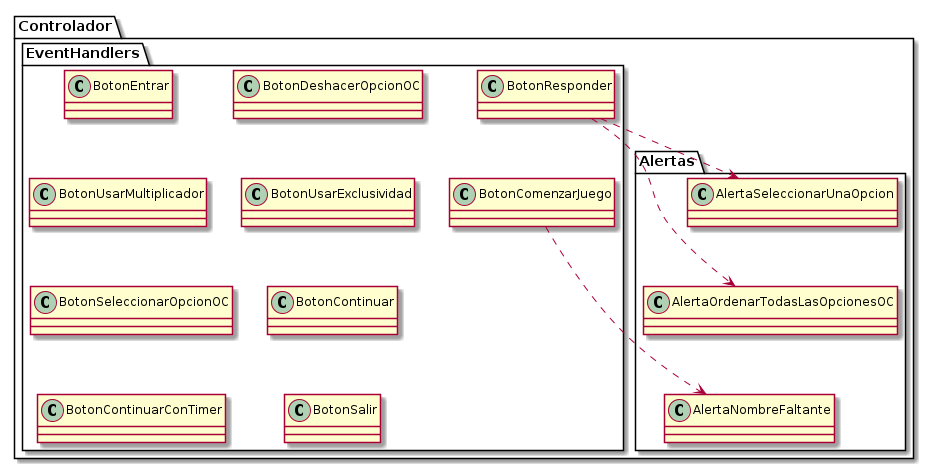
Earlier version of the PlantUML export Documentacion/Entrega/UML/Diagrama de Clases Controladores.png (gcc-cdimatteo/Algoritmos-y-Programacion-III-75.07).
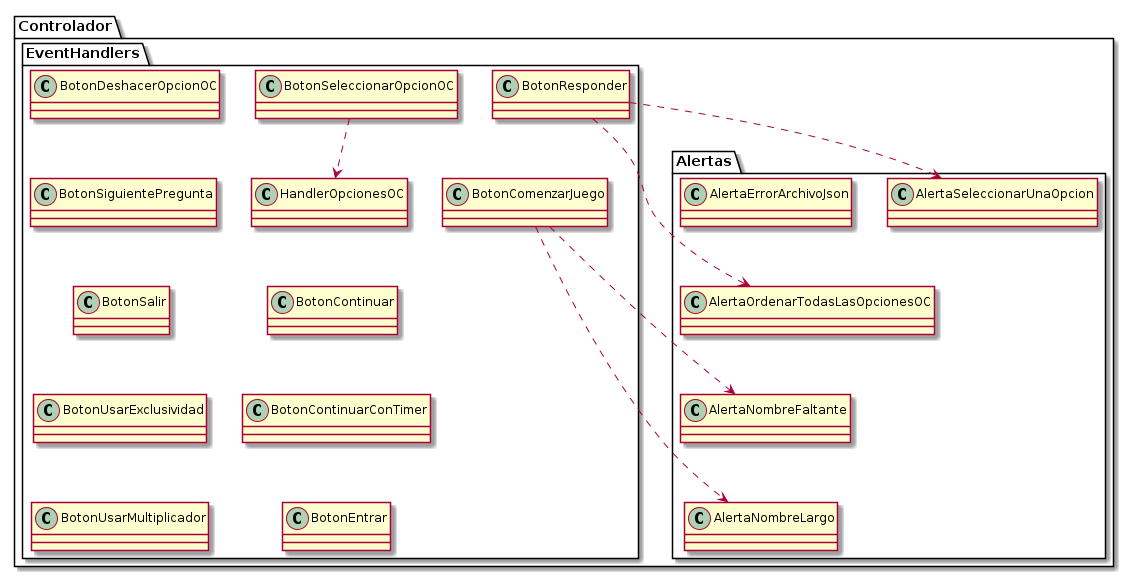
The same file after the commit.

The edit, as a diff of the source:
```diff
@@ -4,7 +4,9 @@
 package Controlador {
 
     package Alertas {
+        class AlertaErrorArchivoJson
         class AlertaNombreFaltante
+        class AlertaNombreLargo
         class AlertaOrdenarTodasLasOpcionesOC
         class AlertaSeleccionarUnaOpcion
     }
@@ -18,30 +20,35 @@
         class BotonResponder
         class BotonSalir
         class BotonSeleccionarOpcionOC
+        class BotonSiguientePregunta
         class BotonUsarExclusividad
         class BotonUsarMultiplicador
-    }
+        class HandlerOpcionesOC
 
 }
 
+AlertaNombreLargo -up[hidden]-> AlertaNombreFaltante
 AlertaNombreFaltante -up[hidden]-> AlertaOrdenarTodasLasOpcionesOC
 AlertaOrdenarTodasLasOpcionesOC -up[hidden]-> AlertaSeleccionarUnaOpcion
-BotonContinuar -[hidden]-> BotonSalir
-BotonDeshacerOpcionOC -[hidden]-> BotonUsarExclusividad
-BotonEntrar -[hidden]-> BotonUsarMultiplicador
-BotonUsarMultiplicador -[hidden]-> BotonSeleccionarOpcionOC
-BotonUsarExclusividad -[hidden]-> BotonContinuar
 BotonResponder -[hidden]-> BotonComenzarJuego
-
-BotonSeleccionarOpcionOC -[hidden]-> BotonContinuarConTimer
+HandlerOpcionesOC -[hidden]-> BotonContinuar
+BotonContinuar -[hidden]-> BotonContinuarConTimer
+BotonContinuarConTimer -[hidden]-> BotonEntrar
+BotonSeleccionarOpcionOC -left[hidden]-> BotonDeshacerOpcionOC
+BotonDeshacerOpcionOC -[hidden]-> BotonSiguientePregunta
+BotonSiguientePregunta -[hidden]-> BotonSalir
+BotonSalir -[hidden]-> BotonUsarExclusividad
+BotonUsarExclusividad -[hidden]-> BotonUsarMultiplicador
 
 
 
 
 
-BotonComenzarJuego .right.> AlertaNombreFaltante
-BotonResponder .down.> AlertaSeleccionarUnaOpcion
+BotonComenzarJuego ..> AlertaNombreFaltante
+BotonComenzarJuego ..> AlertaNombreLargo
+BotonResponder ..> AlertaSeleccionarUnaOpcion
 BotonResponder .right.> AlertaOrdenarTodasLasOpcionesOC
+BotonSeleccionarOpcionOC ..> HandlerOpcionesOC
 
 
 @enduml
```
